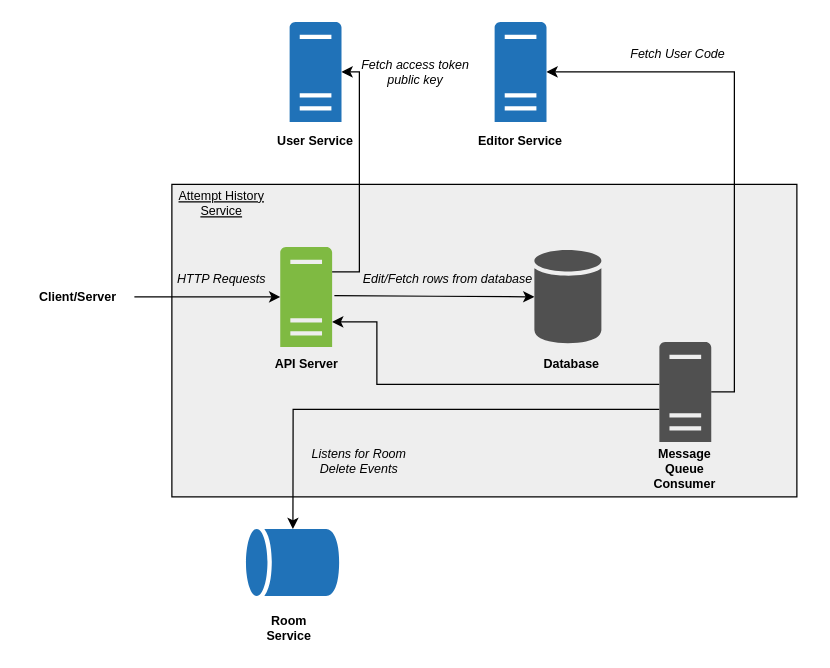
This is images/architecture.drawio from CS3219-AY2324S1-G04/peerprep_attempt_history_service, a draw.io file, before an edit. Source tidied: cells renumbered, new cells numbered last; positions are measured from the earlier drawing's top-left corner, leaving out a move shared by most shapes. Both pictures are drawn from the tidied source at 125%, with x=0, y=0 at pixel (21, 21). Pictures stored in the file or linked from it are replaced by grey dashed boxes.
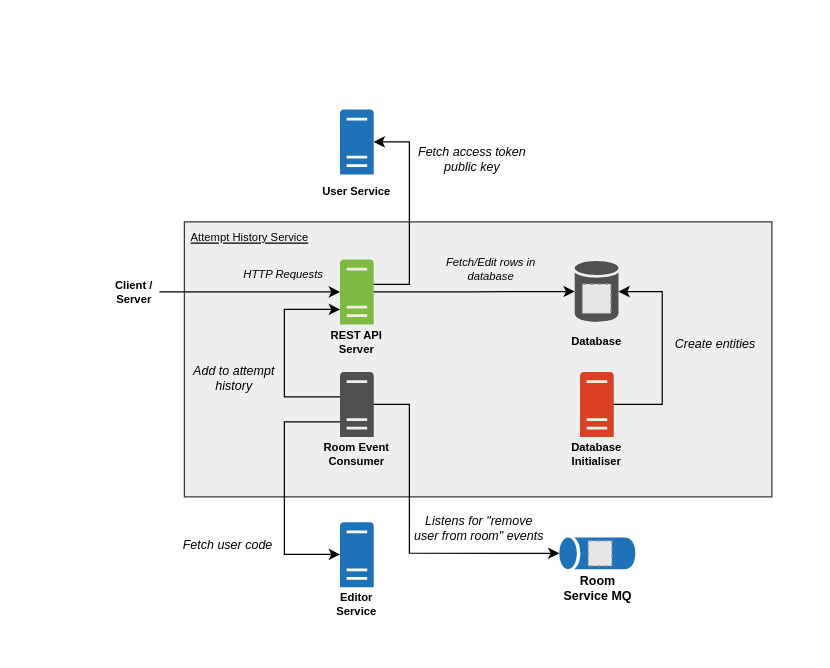
Above is the later version.

What changed in the source:
```diff
@@
-    <mxCell id="2" style="group;" parent="1" vertex="1">
-      <mxGeometry width="630" height="500" as="geometry" />
-    </mxCell>
-    <mxCell id="3" style="sketch=0;shadow=0;dashed=0;html=1;strokeColor=none;fillColor=#2072B8;labelPosition=center;verticalLabelPosition=bottom;verticalAlign=top;outlineConnect=0;align=center;shape=mxgraph.office.databases.database;rotation=-90;" parent="2" vertex="1">
-      <mxGeometry x="190" y="395" width="53.6" height="75" as="geometry" />
-    </mxCell>
-    <mxCell id="4" style="rounded=0;whiteSpace=wrap;html=1;fillColor=#EEEEEE;" parent="2" vertex="1">
-      <mxGeometry x="120" y="130" width="500" height="250" as="geometry" />
-    </mxCell>
-    <mxCell id="5" value="&lt;font style=&quot;font-size: 10px;&quot;&gt;&lt;b style=&quot;font-size: 10px;&quot;&gt;API Server&lt;/b&gt;&lt;/font&gt;" style="text;html=1;strokeColor=none;fillColor=none;align=center;verticalAlign=middle;whiteSpace=wrap;rounded=0;fontSize=10;" parent="2" vertex="1">
-      <mxGeometry x="197.5" y="258" width="60" height="30" as="geometry" />
-    </mxCell>
-    <mxCell id="6" value="&lt;font style=&quot;font-size: 10px;&quot;&gt;Edit/Fetch rows from database&lt;/font&gt;" style="text;html=1;strokeColor=none;fillColor=none;align=center;verticalAlign=middle;whiteSpace=wrap;rounded=0;fontStyle=2;fontSize=10;" parent="2" vertex="1">
-      <mxGeometry x="250.8" y="190" width="180" height="30" as="geometry" />
-    </mxCell>
-    <mxCell id="7" style="edgeStyle=orthogonalEdgeStyle;rounded=0;jettySize=auto;html=1;" parent="2" edge="1" target="13">
-      <mxGeometry relative="1" as="geometry">
-        <mxPoint x="250" y="219" as="sourcePoint" />
-      </mxGeometry>
-    </mxCell>
-    <mxCell id="8" value="&lt;font style=&quot;font-size: 10px;&quot;&gt;Fetch User Code&lt;/font&gt;" style="text;html=1;strokeColor=none;fillColor=none;align=center;verticalAlign=middle;whiteSpace=wrap;rounded=0;fontStyle=2;fontSize=10;" parent="2" vertex="1">
-      <mxGeometry x="419.8" y="10" width="210.2" height="30" as="geometry" />
-    </mxCell>
+    <mxCell id="29" style="rounded=0;whiteSpace=wrap;html=1;fillColor=#eeeeee;strokeColor=#36393d;" parent="1" vertex="1">
+      <mxGeometry x="130" y="160" width="470" height="220" as="geometry" />
+    </mxCell>
+    <mxCell id="26" value="HTTP Requests" style="text;html=1;strokeColor=none;fillColor=none;align=center;verticalAlign=middle;whiteSpace=wrap;rounded=0;fontSize=9;spacing=2;horizontal=1;fontStyle=2;" parent="1" vertex="1">
+      <mxGeometry x="163.5" y="187" width="91" height="30" as="geometry" />
+    </mxCell>
+    <mxCell id="30" style="edgeStyle=orthogonalEdgeStyle;rounded=0;jettySize=auto;html=1;exitX=1;exitY=0.5;exitDx=0;exitDy=0;" parent="1" edge="1" source="31" target="34">
+      <mxGeometry relative="1" as="geometry" />
+    </mxCell>
+    <mxCell id="31" value="Client / Server" style="text;html=1;strokeColor=none;fillColor=none;align=center;verticalAlign=middle;whiteSpace=wrap;rounded=0;fontSize=9;spacing=2;horizontal=1;fontStyle=1;" parent="1" vertex="1">
+      <mxGeometry x="70" y="199" width="40" height="34" as="geometry" />
+    </mxCell>
+    <mxCell id="12" value="&lt;u&gt;Attempt History Service&lt;/u&gt;" style="text;html=1;strokeColor=none;fillColor=none;align=center;verticalAlign=middle;whiteSpace=wrap;rounded=0;fontSize=9;spacing=2;horizontal=1;" parent="1" vertex="1">
+      <mxGeometry x="130" y="162.5" width="104.6" height="20" as="geometry" />
+    </mxCell>
+    <mxCell id="32" style="group;" parent="1" vertex="1">
+      <mxGeometry x="238" y="190" width="60" height="80" as="geometry" />
+    </mxCell>
+    <mxCell id="33" value="REST API Server" style="text;html=1;strokeColor=none;fillColor=none;align=center;verticalAlign=middle;whiteSpace=wrap;rounded=0;fontSize=9;spacing=2;horizontal=1;fontStyle=1;" parent="32" vertex="1">
+      <mxGeometry y="52" width="60" height="28" as="geometry" />
+    </mxCell>
+    <mxCell id="34" style="sketch=0;shadow=0;dashed=0;html=1;strokeColor=none;labelPosition=center;verticalLabelPosition=bottom;verticalAlign=top;outlineConnect=0;align=center;shape=mxgraph.office.servers.server_generic;fillColor=#7FBA42;" parent="32" vertex="1">
+      <mxGeometry x="16.5" width="27" height="52" as="geometry" />
+    </mxCell>
+    <mxCell id="35" style="group;" parent="1" vertex="1">
+      <mxGeometry x="430" y="280" width="60" height="80" as="geometry" />
+    </mxCell>
+    <mxCell id="36" value="Database Initialiser" style="text;html=1;strokeColor=none;fillColor=none;align=center;verticalAlign=middle;whiteSpace=wrap;rounded=0;fontSize=9;spacing=2;horizontal=1;fontStyle=1;" parent="35" vertex="1">
+      <mxGeometry y="52" width="60" height="28" as="geometry" />
+    </mxCell>
+    <mxCell id="37" style="sketch=0;shadow=0;dashed=0;html=1;strokeColor=none;labelPosition=center;verticalLabelPosition=bottom;verticalAlign=top;outlineConnect=0;align=center;shape=mxgraph.office.servers.server_generic;fillColor=#DA4026;" parent="35" vertex="1">
+      <mxGeometry x="16.5" width="27" height="52" as="geometry" />
+    </mxCell>
+    <mxCell id="38" style="group;" parent="1" vertex="1">
+      <mxGeometry x="238" y="70" width="60" height="80" as="geometry" />
+    </mxCell>
+    <mxCell id="39" style="sketch=0;shadow=0;dashed=0;html=1;strokeColor=none;labelPosition=center;verticalLabelPosition=bottom;verticalAlign=top;outlineConnect=0;align=center;shape=mxgraph.office.servers.server_generic;fillColor=#2072B8;" parent="38" vertex="1">
+      <mxGeometry x="16.5" width="27" height="52" as="geometry" />
+    </mxCell>
+    <mxCell id="17" value="User Service" style="text;html=1;strokeColor=none;fillColor=none;align=center;verticalAlign=middle;whiteSpace=wrap;rounded=0;fontSize=9;spacing=2;horizontal=1;fontStyle=1;" parent="38" vertex="1">
+      <mxGeometry y="52" width="60" height="28" as="geometry" />
+    </mxCell>
+    <mxCell id="40" style="group;" parent="1" vertex="1">
+      <mxGeometry x="442.3" y="191.2" width="35.4" height="49.5" as="geometry" />
+    </mxCell>
+    <mxCell id="41" style="sketch=0;shadow=0;dashed=0;html=1;strokeColor=none;fillColor=#505050;labelPosition=center;verticalLabelPosition=bottom;verticalAlign=top;outlineConnect=0;align=center;shape=mxgraph.office.databases.database;" parent="40" vertex="1">
+      <mxGeometry width="35" height="49" as="geometry" />
+    </mxCell>
+    <mxCell id="42" style="fillColor=#E6E6E6;strokeColor=#999999;dashed=1;verticalLabelPosition=bottom;labelBackgroundColor=default;verticalAlign=top;" parent="40" vertex="1">
+      <mxGeometry x="6.1" y="18.5" width="22.8" height="23.5" as="geometry" />
+    </mxCell>
+    <mxCell id="43" style="edgeStyle=orthogonalEdgeStyle;rounded=0;jettySize=auto;html=1;" parent="1" edge="1" source="34" target="41">
+      <mxGeometry relative="1" as="geometry" />
+    </mxCell>
+    <mxCell id="22" value="Database" style="text;html=1;strokeColor=none;fillColor=none;align=center;verticalAlign=middle;whiteSpace=wrap;rounded=0;fontSize=9;spacing=2;horizontal=1;fontStyle=1;" parent="1" vertex="1">
+      <mxGeometry x="430" y="242" width="60" height="28" as="geometry" />
+    </mxCell>
+    <mxCell id="44" style="group;" parent="1" vertex="1">
+      <mxGeometry x="238" y="280" width="60" height="80" as="geometry" />
+    </mxCell>
+    <mxCell id="45" value="Room Event Consumer" style="text;html=1;strokeColor=none;fillColor=none;align=center;verticalAlign=middle;whiteSpace=wrap;rounded=0;fontSize=9;spacing=2;horizontal=1;fontStyle=1;" parent="44" vertex="1">
+      <mxGeometry y="52" width="60" height="28" as="geometry" />
+    </mxCell>
+    <mxCell id="46" style="sketch=0;shadow=0;dashed=0;html=1;strokeColor=none;labelPosition=center;verticalLabelPosition=bottom;verticalAlign=top;outlineConnect=0;align=center;shape=mxgraph.office.servers.server_generic;fillColor=#505050;" parent="44" vertex="1">
+      <mxGeometry x="16.5" width="27" height="52" as="geometry" />
+    </mxCell>
+    <mxCell id="47" style="group;" parent="1" vertex="1">
+      <mxGeometry x="430" y="412.5" width="61.2" height="55.3" as="geometry" />
+    </mxCell>
+    <mxCell id="48" style="group;" parent="47" vertex="1">
+      <mxGeometry width="61.2" height="25.3" as="geometry" />
+    </mxCell>
+    <mxCell id="49" style="sketch=0;shadow=0;dashed=0;html=1;strokeColor=none;labelPosition=center;verticalLabelPosition=bottom;verticalAlign=top;outlineConnect=0;align=center;shape=mxgraph.office.databases.database;fillColor=#2072B8;rotation=-90;" parent="48" vertex="1">
+      <mxGeometry x="17.9" y="-17.9" width="25.3" height="61.2" as="geometry" />
+    </mxCell>
+    <mxCell id="50" style="fillColor=#E6E6E6;strokeColor=#999999;dashed=1;verticalLabelPosition=bottom;labelBackgroundColor=default;verticalAlign=top;" parent="48" vertex="1">
+      <mxGeometry x="23.1" y="2.7" width="18.9" height="20" as="geometry" />
+    </mxCell>
+    <mxCell id="51" value="&lt;font style=&quot;font-size: 10px;&quot;&gt;&lt;b style=&quot;font-size: 10px;&quot;&gt;Room Service MQ&lt;/b&gt;&lt;/font&gt;" style="text;html=1;strokeColor=none;fillColor=none;align=center;verticalAlign=middle;whiteSpace=wrap;rounded=0;fontSize=10;" parent="47" vertex="1">
+      <mxGeometry x="1.2" y="25.3" width="60" height="30" as="geometry" />
+    </mxCell>
+    <mxCell id="52" style="edgeStyle=orthogonalEdgeStyle;rounded=0;jettySize=auto;html=1;" parent="1" edge="1" source="46" target="34">
+      <mxGeometry relative="1" as="geometry">
+        <Array as="points">
+          <mxPoint x="210" y="300" />
+          <mxPoint x="210" y="230" />
+        </Array>
+      </mxGeometry>
+    </mxCell>
+    <mxCell id="53" style="edgeStyle=orthogonalEdgeStyle;rounded=0;jettySize=auto;html=1;" parent="1" edge="1" source="37" target="41">
+      <mxGeometry relative="1" as="geometry">
+        <Array as="points">
+          <mxPoint x="512.3" y="306" />
+          <mxPoint x="512.3" y="215.8" />
+        </Array>
+      </mxGeometry>
+    </mxCell>
+    <mxCell id="54" style="group;" parent="1" vertex="1">
+      <mxGeometry x="238" y="400.2" width="60" height="80" as="geometry" />
+    </mxCell>
+    <mxCell id="55" style="sketch=0;shadow=0;dashed=0;html=1;strokeColor=none;labelPosition=center;verticalLabelPosition=bottom;verticalAlign=top;outlineConnect=0;align=center;shape=mxgraph.office.servers.server_generic;fillColor=#2072B8;" parent="54" vertex="1">
+      <mxGeometry x="16.5" width="27" height="52" as="geometry" />
+    </mxCell>
+    <mxCell id="23" value="Editor Service" style="text;html=1;strokeColor=none;fillColor=none;align=center;verticalAlign=middle;whiteSpace=wrap;rounded=0;fontSize=9;spacing=2;horizontal=1;fontStyle=1;" parent="54" vertex="1">
+      <mxGeometry y="52" width="60" height="28" as="geometry" />
+    </mxCell>
+    <mxCell id="56" style="edgeStyle=orthogonalEdgeStyle;rounded=0;jettySize=auto;html=1;" parent="1" edge="1" source="34" target="39">
+      <mxGeometry relative="1" as="geometry">
+        <Array as="points">
+          <mxPoint x="310" y="210" />
+          <mxPoint x="310" y="96" />
+        </Array>
+      </mxGeometry>
+    </mxCell>
+    <mxCell id="57" style="edgeStyle=orthogonalEdgeStyle;rounded=0;jettySize=auto;html=1;" parent="1" edge="1" source="46" target="55">
+      <mxGeometry relative="1" as="geometry">
+        <Array as="points">
+          <mxPoint x="210" y="320" />
+          <mxPoint x="210" y="426" />
+        </Array>
+      </mxGeometry>
+    </mxCell>
+    <mxCell id="58" style="edgeStyle=orthogonalEdgeStyle;rounded=0;jettySize=auto;html=1;" parent="1" edge="1" source="46" target="49">
+      <mxGeometry relative="1" as="geometry">
+        <Array as="points">
+          <mxPoint x="310" y="306" />
+          <mxPoint x="310" y="425" />
+        </Array>
+      </mxGeometry>
+    </mxCell>
+    <mxCell id="59" value="Fetch/Edit rows in database" style="text;html=1;strokeColor=none;fillColor=none;align=center;verticalAlign=middle;whiteSpace=wrap;rounded=0;fontSize=9;spacing=2;horizontal=1;fontStyle=2;" parent="1" vertex="1">
+      <mxGeometry x="330" y="182.5" width="91" height="30" as="geometry" />
+    </mxCell>
+    <mxCell id="60" value="&lt;div style=&quot;font-size: 10px;&quot;&gt;&lt;font style=&quot;font-size: 10px;&quot;&gt;Listens for &quot;remove user from room&quot; events&lt;/font&gt;&lt;/div&gt;" style="text;html=1;strokeColor=none;fillColor=none;align=center;verticalAlign=middle;whiteSpace=wrap;rounded=0;fontStyle=2;fontSize=10;" parent="1" vertex="1">
+      <mxGeometry x="311.2" y="390" width="109.8" height="30" as="geometry" />
+    </mxCell>
+    <mxCell id="61" value="&lt;font style=&quot;font-size: 10px;&quot;&gt;Fetch user code&lt;/font&gt;" style="text;html=1;strokeColor=none;fillColor=none;align=center;verticalAlign=middle;whiteSpace=wrap;rounded=0;fontStyle=2;fontSize=10;" parent="1" vertex="1">
+      <mxGeometry x="120" y="402.5" width="90" height="30" as="geometry" />
+    </mxCell>
-    <mxCell id="9" value="&lt;font style=&quot;font-size: 10px;&quot;&gt;Fetch access token public key&lt;/font&gt;" style="text;html=1;strokeColor=none;fillColor=none;align=center;verticalAlign=middle;whiteSpace=wrap;rounded=0;fontStyle=2;fontSize=10;" parent="2" vertex="1">
-      <mxGeometry x="270.2" y="25" width="90" height="30" as="geometry" />
+    <mxCell id="9" value="&lt;font style=&quot;font-size: 10px;&quot;&gt;Fetch access token public key&lt;/font&gt;" style="text;html=1;strokeColor=none;fillColor=none;align=center;verticalAlign=middle;whiteSpace=wrap;rounded=0;fontStyle=2;fontSize=10;" parent="1" vertex="1">
+      <mxGeometry x="311.2" y="95" width="98.8" height="30" as="geometry" />
     </mxCell>
-    <mxCell id="10" value="&lt;font style=&quot;font-size: 10px;&quot;&gt;&lt;b style=&quot;font-size: 10px;&quot;&gt;Client/Server&lt;/b&gt;&lt;/font&gt;" style="text;html=1;strokeColor=none;fillColor=none;align=center;verticalAlign=middle;whiteSpace=wrap;rounded=0;fontSize=10;" parent="2" vertex="1">
-      <mxGeometry y="205" width="90" height="30" as="geometry" />
-    </mxCell>
-    <mxCell id="11" style="sketch=0;shadow=0;dashed=0;html=1;strokeColor=none;fillColor=#2072B8;labelPosition=center;verticalLabelPosition=bottom;verticalAlign=top;outlineConnect=0;align=center;shape=mxgraph.office.servers.server_generic;" parent="2" vertex="1">
-      <mxGeometry x="214.2" width="41.5" height="80" as="geometry" />
-    </mxCell>
-    <mxCell id="12" value="&lt;font style=&quot;font-size: 10px;&quot;&gt;Attempt History Service&lt;/font&gt;" style="text;html=1;strokeColor=none;fillColor=none;align=center;verticalAlign=middle;whiteSpace=wrap;rounded=0;fontStyle=4;fontSize=10;" parent="2" vertex="1">
-      <mxGeometry x="120" y="130" width="80" height="30" as="geometry" />
-    </mxCell>
-    <mxCell id="13" style="sketch=0;shadow=0;dashed=0;html=1;strokeColor=none;fillColor=#505050;labelPosition=center;verticalLabelPosition=bottom;verticalAlign=top;outlineConnect=0;align=center;shape=mxgraph.office.databases.database;" parent="2" vertex="1">
-      <mxGeometry x="410" y="182.5" width="53.6" height="75" as="geometry" />
-    </mxCell>
-    <mxCell id="14" style="sketch=0;shadow=0;dashed=0;html=1;strokeColor=none;fillColor=#7FBA42;labelPosition=center;verticalLabelPosition=bottom;verticalAlign=top;outlineConnect=0;align=center;shape=mxgraph.office.servers.server_generic;" parent="2" vertex="1">
-      <mxGeometry x="206.7" y="180" width="41.5" height="80" as="geometry" />
-    </mxCell>
-    <mxCell id="15" style="edgeStyle=orthogonalEdgeStyle;rounded=0;jettySize=auto;html=1;" parent="2" edge="1" source="10" target="14">
-      <mxGeometry relative="1" as="geometry" />
-    </mxCell>
-    <mxCell id="16" style="edgeStyle=orthogonalEdgeStyle;rounded=0;jettySize=auto;html=1;" parent="2" edge="1" source="14" target="11">
-      <mxGeometry relative="1" as="geometry">
-        <Array as="points">
-          <mxPoint x="270" y="200" />
-          <mxPoint x="270" y="40" />
-        </Array>
-      </mxGeometry>
-    </mxCell>
-    <mxCell id="17" value="&lt;font style=&quot;font-size: 10px;&quot;&gt;&lt;b style=&quot;font-size: 10px;&quot;&gt;User Service&lt;/b&gt;&lt;/font&gt;" style="text;html=1;strokeColor=none;fillColor=none;align=center;verticalAlign=middle;whiteSpace=wrap;rounded=0;fontSize=10;" parent="2" vertex="1">
-      <mxGeometry x="190" y="80" width="90" height="30" as="geometry" />
-    </mxCell>
-    <mxCell id="18" style="edgeStyle=orthogonalEdgeStyle;rounded=0;jettySize=auto;html=1;" parent="2" edge="1" source="20" target="3">
-      <mxGeometry relative="1" as="geometry">
-        <Array as="points">
-          <mxPoint x="217" y="310" />
-        </Array>
-      </mxGeometry>
-    </mxCell>
-    <mxCell id="19" style="edgeStyle=orthogonalEdgeStyle;rounded=0;jettySize=auto;html=1;" parent="2" edge="1" source="20" target="14">
-      <mxGeometry relative="1" as="geometry">
-        <Array as="points">
-          <mxPoint x="284" y="290" />
-          <mxPoint x="284" y="240" />
-        </Array>
-      </mxGeometry>
-    </mxCell>
-    <mxCell id="20" style="sketch=0;shadow=0;dashed=0;html=1;strokeColor=none;fillColor=#505050;labelPosition=center;verticalLabelPosition=bottom;verticalAlign=top;outlineConnect=0;align=center;shape=mxgraph.office.servers.server_generic;" parent="2" vertex="1">
-      <mxGeometry x="510" y="256" width="41.5" height="80" as="geometry" />
-    </mxCell>
-    <mxCell id="21" value="&lt;b style=&quot;font-size: 10px;&quot;&gt;&lt;font style=&quot;font-size: 10px;&quot;&gt;Message Queue Consumer&lt;/font&gt;&lt;/b&gt;" style="text;html=1;strokeColor=none;fillColor=none;align=center;verticalAlign=middle;whiteSpace=wrap;rounded=0;fontSize=10;" parent="2" vertex="1">
-      <mxGeometry x="495.4" y="342" width="70.8" height="30" as="geometry" />
-    </mxCell>
-    <mxCell id="22" value="&lt;b style=&quot;font-size: 10px;&quot;&gt;&lt;font style=&quot;font-size: 10px;&quot;&gt;Database&lt;/font&gt;&lt;/b&gt;" style="text;html=1;strokeColor=none;fillColor=none;align=center;verticalAlign=middle;whiteSpace=wrap;rounded=0;fontSize=10;" parent="2" vertex="1">
-      <mxGeometry x="410" y="257.5" width="60" height="30" as="geometry" />
-    </mxCell>
-    <mxCell id="23" value="&lt;font style=&quot;font-size: 10px;&quot;&gt;&lt;b style=&quot;font-size: 10px;&quot;&gt;Editor Service&lt;/b&gt;&lt;/font&gt;" style="text;html=1;strokeColor=none;fillColor=none;align=center;verticalAlign=middle;whiteSpace=wrap;rounded=0;fontSize=10;" parent="2" vertex="1">
-      <mxGeometry x="354" y="80" width="90" height="30" as="geometry" />
-    </mxCell>
-    <mxCell id="24" style="sketch=0;shadow=0;dashed=0;html=1;strokeColor=none;fillColor=#2072B8;labelPosition=center;verticalLabelPosition=bottom;verticalAlign=top;outlineConnect=0;align=center;shape=mxgraph.office.servers.server_generic;" parent="2" vertex="1">
-      <mxGeometry x="378.2" width="41.5" height="80" as="geometry" />
-    </mxCell>
-    <mxCell id="25" style="edgeStyle=orthogonalEdgeStyle;rounded=0;jettySize=auto;html=1;" parent="2" edge="1" source="20" target="24">
-      <mxGeometry relative="1" as="geometry">
-        <Array as="points">
-          <mxPoint x="570" y="296" />
-          <mxPoint x="570" y="40" />
-        </Array>
-      </mxGeometry>
-    </mxCell>
-    <mxCell id="26" value="&lt;font style=&quot;font-size: 10px;&quot;&gt;HTTP Requests&lt;/font&gt;" style="text;html=1;strokeColor=none;fillColor=none;align=center;verticalAlign=middle;whiteSpace=wrap;rounded=0;fontStyle=2;fontSize=10;" parent="2" vertex="1">
-      <mxGeometry x="70" y="190" width="180" height="30" as="geometry" />
-    </mxCell>
-    <mxCell id="27" value="&lt;font style=&quot;font-size: 10px;&quot;&gt;&lt;b style=&quot;font-size: 10px;&quot;&gt;Room Service&lt;/b&gt;&lt;/font&gt;" style="text;html=1;strokeColor=none;fillColor=none;align=center;verticalAlign=middle;whiteSpace=wrap;rounded=0;fontSize=10;" parent="2" vertex="1">
-      <mxGeometry x="183.6" y="470" width="60" height="30" as="geometry" />
-    </mxCell>
-    <mxCell id="28" value="&lt;div style=&quot;font-size: 10px;&quot;&gt;&lt;font style=&quot;font-size: 10px;&quot;&gt;Listens for Room Delete Events&lt;/font&gt;&lt;/div&gt;" style="text;html=1;strokeColor=none;fillColor=none;align=center;verticalAlign=middle;whiteSpace=wrap;rounded=0;fontStyle=2;fontSize=10;" parent="2" vertex="1">
-      <mxGeometry x="220.2" y="336" width="99.8" height="30" as="geometry" />
-    </mxCell>
+    <mxCell id="62" value="&lt;font style=&quot;font-size: 10px;&quot;&gt;Add to attempt history&lt;/font&gt;" style="text;html=1;strokeColor=none;fillColor=none;align=center;verticalAlign=middle;whiteSpace=wrap;rounded=0;fontStyle=2;fontSize=10;" parent="1" vertex="1">
+      <mxGeometry x="130" y="270" width="80" height="30" as="geometry" />
+    </mxCell>
+    <mxCell id="63" value="Create entities" style="text;html=1;strokeColor=none;fillColor=none;align=center;verticalAlign=middle;whiteSpace=wrap;rounded=0;fontStyle=2;fontSize=10;" parent="1" vertex="1">
+      <mxGeometry x="515" y="242" width="80" height="30" as="geometry" />
+    </mxCell>
```
